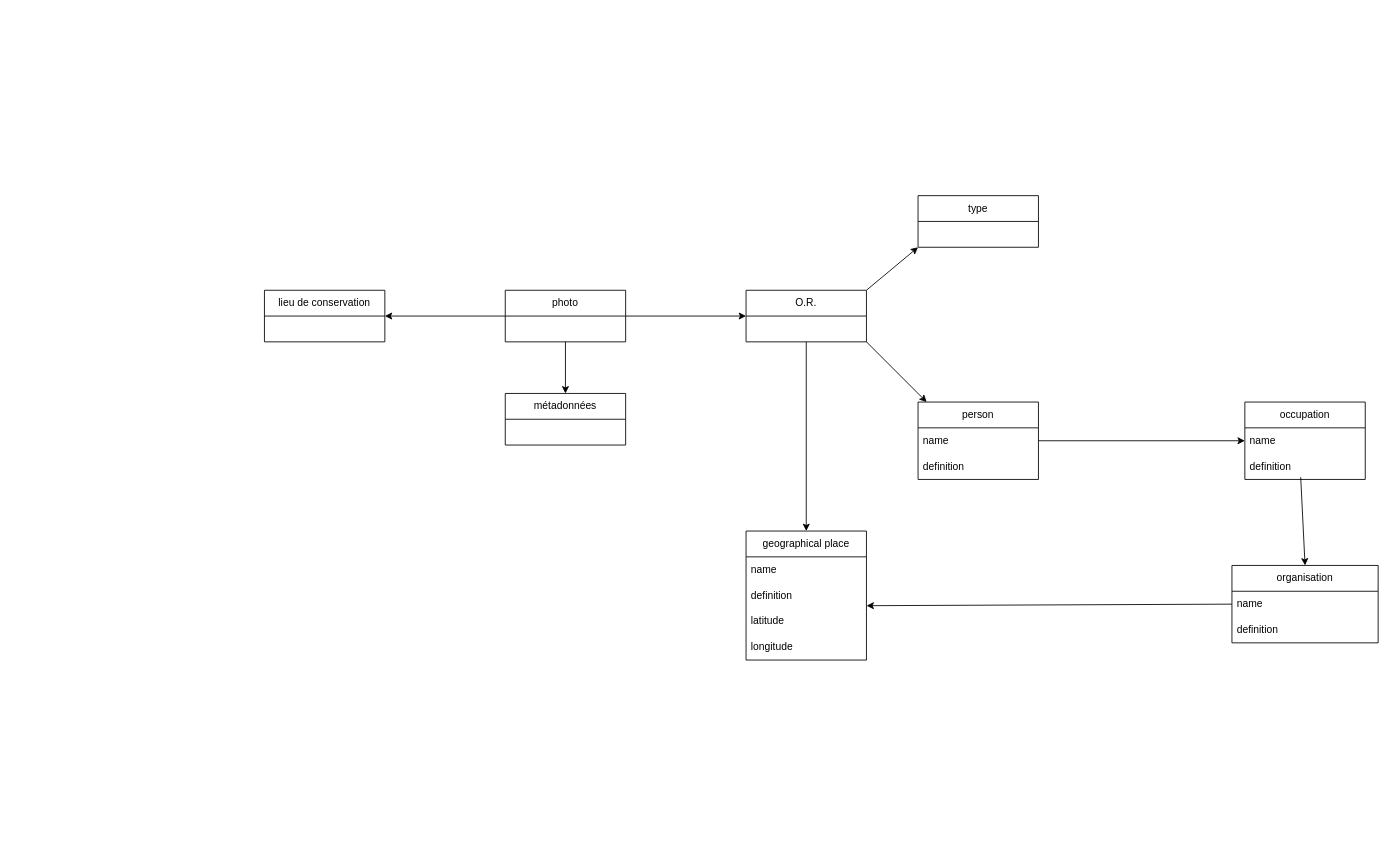
This is Modèle conceptuel.drawio from mroylem/memoire, a draw.io file, before an edit. Source tidied: cells renumbered, new cells numbered last; positions are measured from the earlier drawing's top-left corner, leaving out a move shared by most shapes. Both pictures are drawn from the tidied source at 86%, with x=0, y=0 at pixel (264, 195).
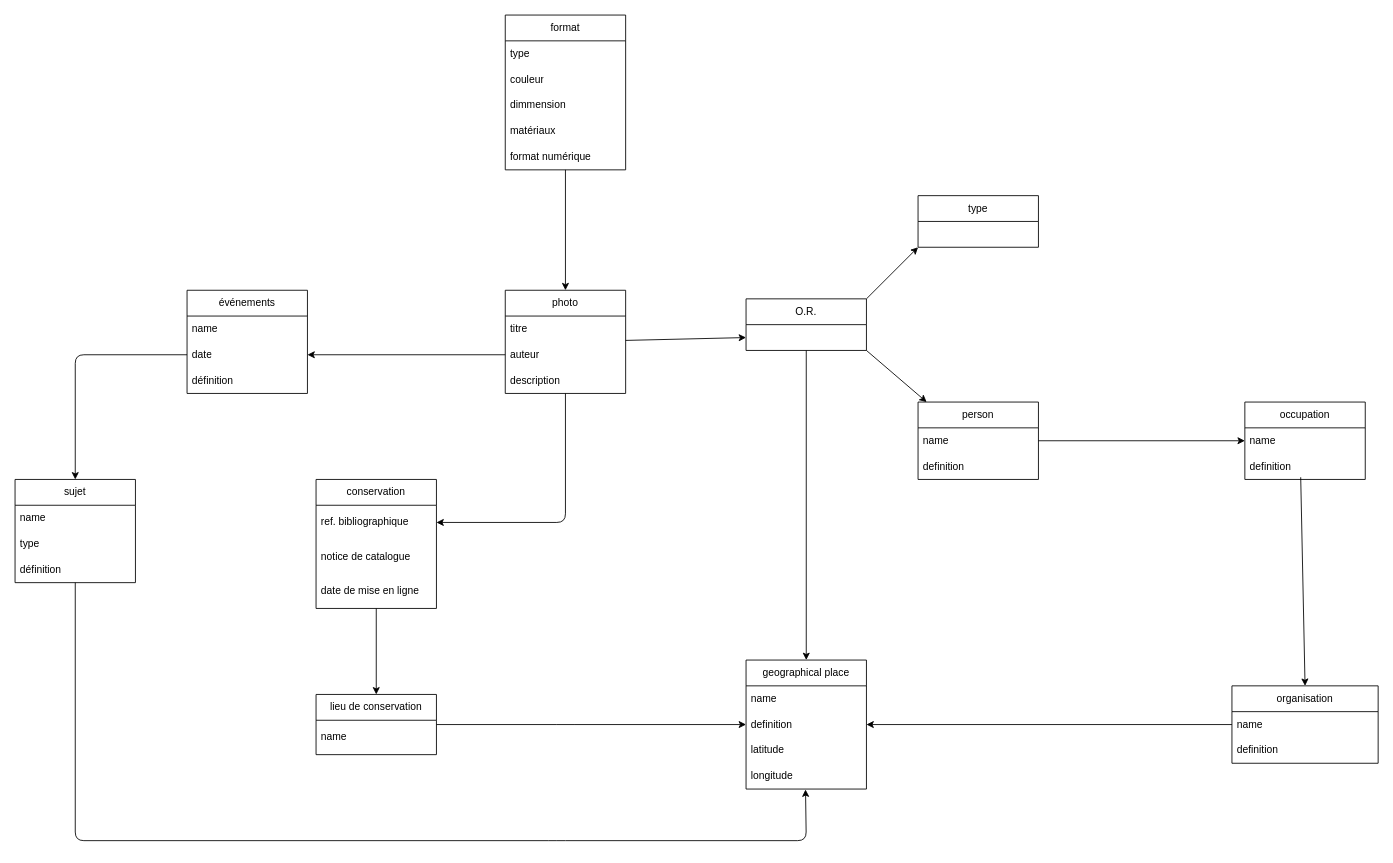
Above is the later version.

Commit message (it also covers changes not shown here):
modification modèle conceptuel

Unchanged cells that the change refers to:
```xml
<mxCell id="18" value="definition" style="text;strokeColor=none;fillColor=none;align=left;verticalAlign=middle;spacingLeft=4;spacingRight=4;overflow=hidden;points=[[0,0.5],[1,0.5]];portConstraint=eastwest;whiteSpace=wrap;html=1;" parent="16" vertex="1">
  <mxGeometry y="60" width="140" height="30" as="geometry" />
</mxCell>
<mxCell id="20" value="longitude" style="text;strokeColor=none;fillColor=none;align=left;verticalAlign=middle;spacingLeft=4;spacingRight=4;overflow=hidden;points=[[0,0.5],[1,0.5]];portConstraint=eastwest;whiteSpace=wrap;html=1;" parent="16" vertex="1">
  <mxGeometry y="120" width="140" height="30" as="geometry" />
</mxCell>
<mxCell id="25" value="name" style="text;strokeColor=none;fillColor=none;align=left;verticalAlign=middle;spacingLeft=4;spacingRight=4;overflow=hidden;points=[[0,0.5],[1,0.5]];portConstraint=eastwest;whiteSpace=wrap;html=1;" parent="24" vertex="1">
  <mxGeometry y="30" width="170" height="30" as="geometry" />
</mxCell>
```

Change to the diagram source:
```diff
@@
-    <mxCell id="2" style="edgeStyle=none;html=1;entryX=1;entryY=0.5;entryDx=0;entryDy=0;" parent="1" edge="1" source="5" target="6">
-      <mxGeometry relative="1" as="geometry" />
-    </mxCell>
-    <mxCell id="3" style="edgeStyle=none;html=1;exitX=0.5;exitY=1;exitDx=0;exitDy=0;entryX=0.5;entryY=0;entryDx=0;entryDy=0;" parent="1" edge="1" source="5" target="11">
-      <mxGeometry relative="1" as="geometry" />
-    </mxCell>
-    <mxCell id="4" style="edgeStyle=none;html=1;exitX=1;exitY=0.5;exitDx=0;exitDy=0;entryX=0;entryY=0.5;entryDx=0;entryDy=0;" parent="1" edge="1" source="5" target="10">
-      <mxGeometry relative="1" as="geometry" />
-    </mxCell>
-    <mxCell id="5" value="photo" style="swimlane;fontStyle=0;horizontal=1;startSize=30;whiteSpace=wrap;html=1;" parent="1" vertex="1">
-      <mxGeometry x="280" y="110" width="140" height="60" as="geometry" />
-    </mxCell>
+    <mxCell id="30" style="edgeStyle=none;html=1;entryX=0;entryY=0.5;entryDx=0;entryDy=0;" parent="1" edge="1" source="6" target="18">
+      <mxGeometry relative="1" as="geometry">
+        <Array as="points">
+          <mxPoint x="350" y="615" />
+        </Array>
+      </mxGeometry>
+    </mxCell>
     <mxCell id="6" value="lieu de conservation" style="swimlane;fontStyle=0;horizontal=1;startSize=30;whiteSpace=wrap;html=1;" parent="1" vertex="1">
-      <mxGeometry y="110" width="140" height="60" as="geometry" />
+      <mxGeometry x="60" y="580" width="140" height="70" as="geometry" />
     </mxCell>
+    <mxCell id="31" value="name" style="text;strokeColor=none;fillColor=none;align=left;verticalAlign=middle;spacingLeft=4;spacingRight=4;overflow=hidden;whiteSpace=wrap;html=1;" parent="6" vertex="1">
+      <mxGeometry y="30" width="140" height="40" as="geometry" />
+    </mxCell>
@@
     <mxCell id="10" value="O.R." style="swimlane;fontStyle=0;horizontal=1;startSize=30;whiteSpace=wrap;html=1;" parent="1" vertex="1">
-      <mxGeometry x="560" y="110" width="140" height="60" as="geometry" />
+      <mxGeometry x="560" y="120" width="140" height="60" as="geometry" />
     </mxCell>
-    <mxCell id="11" value="métadonnées" style="swimlane;fontStyle=0;horizontal=1;startSize=30;whiteSpace=wrap;html=1;" parent="1" vertex="1">
-      <mxGeometry x="280" y="230" width="140" height="60" as="geometry" />
-    </mxCell>
@@
     <mxCell id="16" value="geographical place" style="swimlane;fontStyle=0;horizontal=1;startSize=30;whiteSpace=wrap;html=1;" parent="1" vertex="1">
-      <mxGeometry x="560" y="390" width="140" height="150" as="geometry" />
+      <mxGeometry x="560" y="540" width="140" height="150" as="geometry" />
     </mxCell>
@@
     <mxCell id="24" value="organisation" style="swimlane;fontStyle=0;horizontal=1;startSize=30;whiteSpace=wrap;html=1;" parent="1" vertex="1">
-      <mxGeometry x="1125" y="430" width="170" height="90" as="geometry" />
+      <mxGeometry x="1125" y="570" width="170" height="90" as="geometry" />
     </mxCell>
@@
+    <mxCell id="32" style="edgeStyle=none;html=1;entryX=0.5;entryY=0;entryDx=0;entryDy=0;" parent="1" edge="1" source="33" target="5">
+      <mxGeometry relative="1" as="geometry" />
+    </mxCell>
+    <mxCell id="33" value="format" style="swimlane;fontStyle=0;horizontal=1;startSize=30;whiteSpace=wrap;html=1;" parent="1" vertex="1">
+      <mxGeometry x="280" y="-210" width="140" height="180" as="geometry" />
+    </mxCell>
+    <mxCell id="34" value="type" style="text;strokeColor=none;fillColor=none;align=left;verticalAlign=middle;spacingLeft=4;spacingRight=4;overflow=hidden;whiteSpace=wrap;html=1;" parent="33" vertex="1">
+      <mxGeometry y="30" width="140" height="30" as="geometry" />
+    </mxCell>
+    <mxCell id="35" value="couleur" style="text;strokeColor=none;fillColor=none;align=left;verticalAlign=middle;spacingLeft=4;spacingRight=4;overflow=hidden;whiteSpace=wrap;html=1;" parent="33" vertex="1">
+      <mxGeometry y="60" width="140" height="30" as="geometry" />
+    </mxCell>
+    <mxCell id="36" value="dimmension" style="text;strokeColor=none;fillColor=none;align=left;verticalAlign=middle;spacingLeft=4;spacingRight=4;overflow=hidden;whiteSpace=wrap;html=1;" parent="33" vertex="1">
+      <mxGeometry y="90" width="140" height="30" as="geometry" />
+    </mxCell>
+    <mxCell id="37" value="matériaux" style="text;strokeColor=none;fillColor=none;align=left;verticalAlign=middle;spacingLeft=4;spacingRight=4;overflow=hidden;whiteSpace=wrap;html=1;" parent="33" vertex="1">
+      <mxGeometry y="120" width="140" height="30" as="geometry" />
+    </mxCell>
+    <mxCell id="38" value="format numérique" style="text;strokeColor=none;fillColor=none;align=left;verticalAlign=middle;spacingLeft=4;spacingRight=4;overflow=hidden;whiteSpace=wrap;html=1;" parent="33" vertex="1">
+      <mxGeometry y="150" width="140" height="30" as="geometry" />
+    </mxCell>
-    <mxCell id="29" style="edgeStyle=none;html=1;entryX=1.001;entryY=0.893;entryDx=0;entryDy=0;entryPerimeter=0;exitX=0;exitY=0.5;exitDx=0;exitDy=0;" parent="1" edge="1" source="25" target="18">
+    <mxCell id="29" style="edgeStyle=none;html=1;exitX=0;exitY=0.5;exitDx=0;exitDy=0;entryX=1;entryY=0.5;entryDx=0;entryDy=0;" parent="1" edge="1" source="25" target="18">
       <mxGeometry relative="1" as="geometry" />
     </mxCell>
+    <mxCell id="39" value="événements" style="swimlane;fontStyle=0;horizontal=1;startSize=30;whiteSpace=wrap;html=1;" parent="1" vertex="1">
+      <mxGeometry x="-90" y="110" width="140" height="120" as="geometry" />
+    </mxCell>
+    <mxCell id="40" value="name" style="text;strokeColor=none;fillColor=none;align=left;verticalAlign=middle;spacingLeft=4;spacingRight=4;overflow=hidden;whiteSpace=wrap;html=1;" parent="39" vertex="1">
+      <mxGeometry y="30" width="140" height="30" as="geometry" />
+    </mxCell>
+    <mxCell id="41" value="date" style="text;strokeColor=none;fillColor=none;align=left;verticalAlign=middle;spacingLeft=4;spacingRight=4;overflow=hidden;points=[[0,0.5],[1,0.5]];portConstraint=eastwest;whiteSpace=wrap;html=1;" parent="39" vertex="1">
+      <mxGeometry y="60" width="140" height="30" as="geometry" />
+    </mxCell>
+    <mxCell id="42" value="définition" style="text;strokeColor=none;fillColor=none;align=left;verticalAlign=middle;spacingLeft=4;spacingRight=4;overflow=hidden;whiteSpace=wrap;html=1;" parent="39" vertex="1">
+      <mxGeometry y="90" width="140" height="30" as="geometry" />
+    </mxCell>
+    <mxCell id="43" style="edgeStyle=none;html=1;entryX=0.494;entryY=1.017;entryDx=0;entryDy=0;entryPerimeter=0;" parent="1" edge="1" source="44" target="20">
+      <mxGeometry relative="1" as="geometry">
+        <Array as="points">
+          <mxPoint x="-220" y="750" />
+          <mxPoint x="340" y="750" />
+          <mxPoint x="630" y="750" />
+        </Array>
+      </mxGeometry>
+    </mxCell>
+    <mxCell id="44" value="sujet" style="swimlane;fontStyle=0;horizontal=1;startSize=30;whiteSpace=wrap;html=1;" parent="1" vertex="1">
+      <mxGeometry x="-290" y="330" width="140" height="120" as="geometry" />
+    </mxCell>
+    <mxCell id="45" value="name" style="text;strokeColor=none;fillColor=none;align=left;verticalAlign=middle;spacingLeft=4;spacingRight=4;overflow=hidden;whiteSpace=wrap;html=1;" parent="44" vertex="1">
+      <mxGeometry y="30" width="140" height="30" as="geometry" />
+    </mxCell>
+    <mxCell id="46" value="type" style="text;strokeColor=none;fillColor=none;align=left;verticalAlign=middle;spacingLeft=4;spacingRight=4;overflow=hidden;whiteSpace=wrap;html=1;" parent="44" vertex="1">
+      <mxGeometry y="60" width="140" height="30" as="geometry" />
+    </mxCell>
+    <mxCell id="47" value="définition" style="text;strokeColor=none;fillColor=none;align=left;verticalAlign=middle;spacingLeft=4;spacingRight=4;overflow=hidden;whiteSpace=wrap;html=1;" parent="44" vertex="1">
+      <mxGeometry y="90" width="140" height="30" as="geometry" />
+    </mxCell>
+    <mxCell id="4" style="edgeStyle=none;html=1;entryX=0;entryY=0.75;entryDx=0;entryDy=0;" parent="1" edge="1" source="5" target="10">
+      <mxGeometry relative="1" as="geometry" />
+    </mxCell>
+    <mxCell id="48" style="edgeStyle=none;html=1;entryX=1;entryY=0.5;entryDx=0;entryDy=0;" parent="1" edge="1" source="5">
+      <mxGeometry relative="1" as="geometry">
+        <mxPoint x="200" y="380" as="targetPoint" />
+        <Array as="points">
+          <mxPoint x="350" y="380" />
+        </Array>
+      </mxGeometry>
+    </mxCell>
+    <mxCell id="5" value="photo" style="swimlane;fontStyle=0;horizontal=1;startSize=30;whiteSpace=wrap;html=1;" parent="1" vertex="1">
+      <mxGeometry x="280" y="110" width="140" height="120" as="geometry" />
+    </mxCell>
+    <mxCell id="49" value="titre" style="text;strokeColor=none;fillColor=none;align=left;verticalAlign=middle;spacingLeft=4;spacingRight=4;overflow=hidden;whiteSpace=wrap;html=1;" parent="5" vertex="1">
+      <mxGeometry y="30" width="140" height="30" as="geometry" />
+    </mxCell>
+    <mxCell id="50" value="auteur" style="text;strokeColor=none;fillColor=none;align=left;verticalAlign=middle;spacingLeft=4;spacingRight=4;overflow=hidden;points=[[0,0.5],[1,0.5]];portConstraint=eastwest;whiteSpace=wrap;html=1;" parent="5" vertex="1">
+      <mxGeometry y="60" width="140" height="30" as="geometry" />
+    </mxCell>
+    <mxCell id="51" value="description" style="text;strokeColor=none;fillColor=none;align=left;verticalAlign=middle;spacingLeft=4;spacingRight=4;overflow=hidden;whiteSpace=wrap;html=1;" parent="5" vertex="1">
+      <mxGeometry y="90" width="140" height="30" as="geometry" />
+    </mxCell>
+    <mxCell id="52" style="edgeStyle=none;html=1;entryX=0.5;entryY=0;entryDx=0;entryDy=0;" parent="1" edge="1" source="53" target="6">
+      <mxGeometry relative="1" as="geometry" />
+    </mxCell>
+    <mxCell id="53" value="conservation" style="swimlane;fontStyle=0;horizontal=1;startSize=30;whiteSpace=wrap;html=1;" parent="1" vertex="1">
+      <mxGeometry x="60" y="330" width="140" height="150" as="geometry" />
+    </mxCell>
+    <mxCell id="54" value="ref. bibliographique" style="text;strokeColor=none;fillColor=none;align=left;verticalAlign=middle;spacingLeft=4;spacingRight=4;overflow=hidden;whiteSpace=wrap;html=1;" parent="53" vertex="1">
+      <mxGeometry y="30" width="140" height="40" as="geometry" />
+    </mxCell>
+    <mxCell id="55" value="notice de catalogue" style="text;strokeColor=none;fillColor=none;align=left;verticalAlign=middle;spacingLeft=4;spacingRight=4;overflow=hidden;whiteSpace=wrap;html=1;" parent="53" vertex="1">
+      <mxGeometry y="70" width="140" height="40" as="geometry" />
+    </mxCell>
+    <mxCell id="56" value="date de mise en ligne" style="text;strokeColor=none;fillColor=none;align=left;verticalAlign=middle;spacingLeft=4;spacingRight=4;overflow=hidden;whiteSpace=wrap;html=1;" parent="53" vertex="1">
+      <mxGeometry y="110" width="140" height="40" as="geometry" />
+    </mxCell>
+    <mxCell id="57" style="edgeStyle=none;html=1;entryX=1;entryY=0.5;entryDx=0;entryDy=0;" parent="1" edge="1" source="50" target="41">
+      <mxGeometry relative="1" as="geometry" />
+    </mxCell>
+    <mxCell id="58" style="edgeStyle=none;html=1;entryX=0.5;entryY=0;entryDx=0;entryDy=0;exitX=0;exitY=0.5;exitDx=0;exitDy=0;" parent="1" edge="1" source="41" target="44">
+      <mxGeometry relative="1" as="geometry">
+        <Array as="points">
+          <mxPoint x="-220" y="185" />
+        </Array>
+      </mxGeometry>
+    </mxCell>
```
